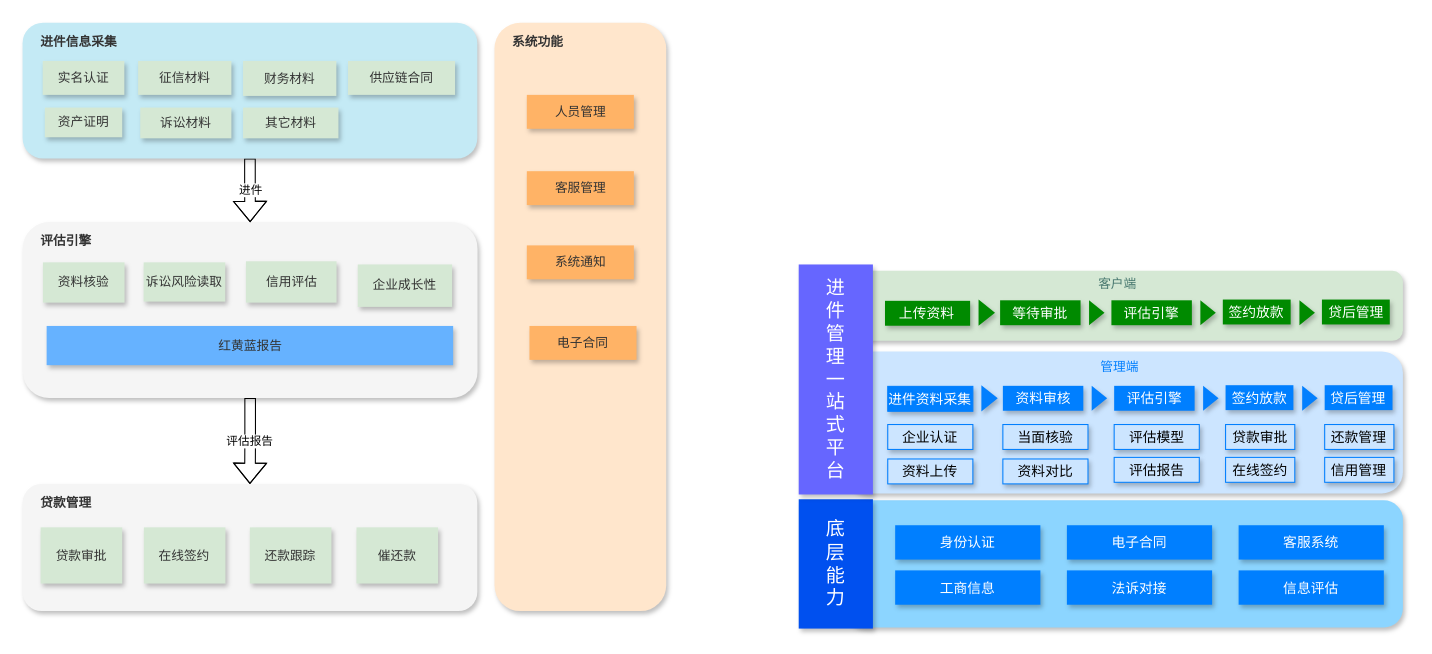
Before: 330/贷前管理系统.drawio in ruopuzi/draw.io, a draw.io diagram. Source tidied: cells renumbered, new cells numbered last; positions are measured from the earlier drawing's top-left corner, leaving out a move shared by most shapes. Both pictures are drawn from the tidied source at 106%, with x=0, y=0 at pixel (22, 22).
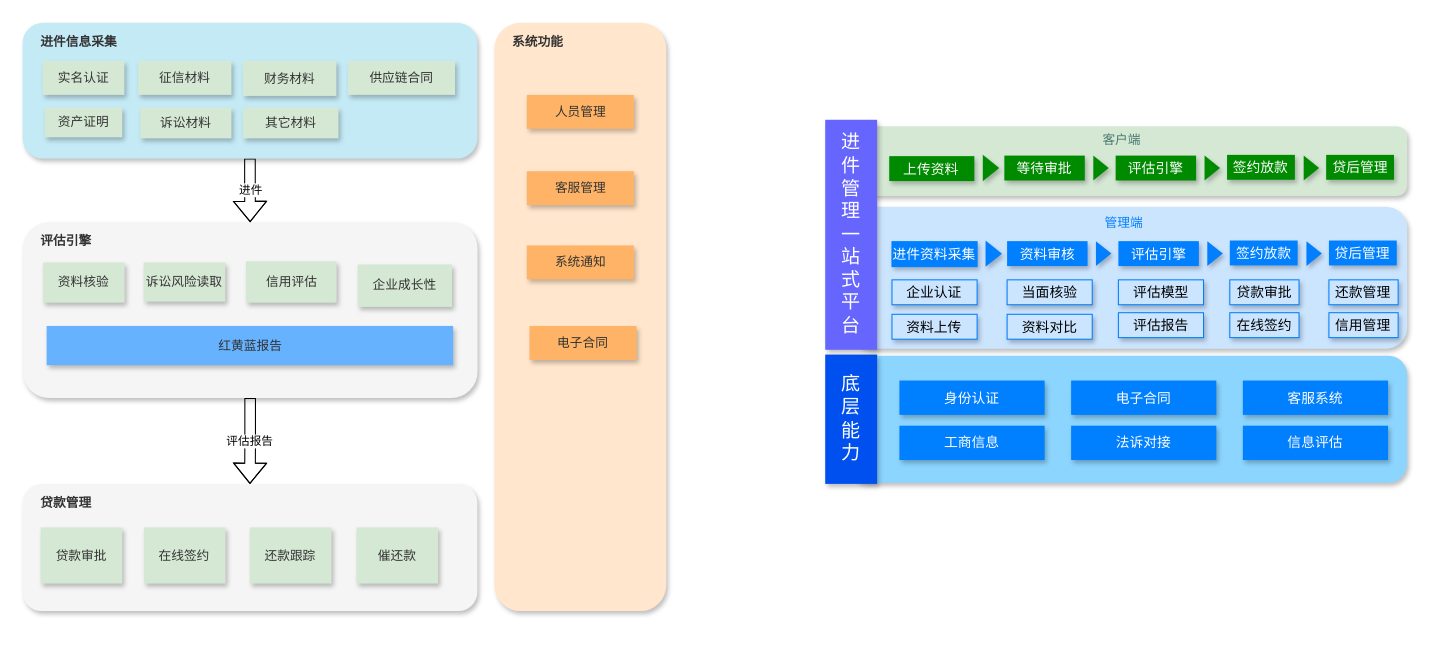
The same page after the edit.

Commit message (it also covers changes not shown here):
更新贷前管理系统.drawio

Change to the diagram source:
```diff
@@
+    <mxCell id="71" style="group;" parent="1" vertex="1">
+      <mxGeometry x="757" y="91.5" width="549" height="343.5" as="geometry" />
+    </mxCell>
-    <mxCell id="28" style="rounded=1;whiteSpace=wrap;html=1;align=left;verticalAlign=top;fillColor=#8CD5FF;fontColor=#ffffff;strokeColor=none;shadow=1;glass=0;spacingTop=4;spacingLeft=15;fontStyle=1;fontSize=12;" parent="1" vertex="1">
-      <mxGeometry x="775" y="450.5" width="527" height="120" as="geometry" />
+    <mxCell id="28" style="rounded=1;whiteSpace=wrap;html=1;align=left;verticalAlign=top;fillColor=#8CD5FF;fontColor=#ffffff;strokeColor=none;shadow=1;glass=0;spacingTop=4;spacingLeft=15;fontStyle=1;fontSize=12;" parent="71" vertex="1">
+      <mxGeometry x="22" y="222.5" width="527" height="120" as="geometry" />
     </mxCell>
-    <mxCell id="29" value="底&lt;div&gt;层&lt;/div&gt;&lt;div&gt;能&lt;/div&gt;&lt;div&gt;力&lt;/div&gt;" style="rounded=0;whiteSpace=wrap;html=1;fillColor=#0050ef;fontColor=#ffffff;strokeColor=none;shadow=1;fontSize=18;labelBackgroundColor=none;" parent="1" vertex="1">
-      <mxGeometry x="732" y="449.5" width="70" height="122" as="geometry" />
+    <mxCell id="29" value="底&lt;div&gt;层&lt;/div&gt;&lt;div&gt;能&lt;/div&gt;&lt;div&gt;力&lt;/div&gt;" style="rounded=0;whiteSpace=wrap;html=1;fillColor=#0050ef;fontColor=#ffffff;strokeColor=none;shadow=1;fontSize=18;labelBackgroundColor=none;" parent="71" vertex="1">
+      <mxGeometry y="221.5" width="49" height="122" as="geometry" />
     </mxCell>
-    <mxCell id="30" style="rounded=1;whiteSpace=wrap;html=1;align=left;verticalAlign=top;fillColor=#CCE5FF;fontColor=#ffffff;strokeColor=none;shadow=1;glass=0;spacingTop=4;spacingLeft=15;fontStyle=1;fontSize=12;" parent="1" vertex="1">
-      <mxGeometry x="776" y="310" width="526" height="134" as="geometry" />
+    <mxCell id="30" style="rounded=1;whiteSpace=wrap;html=1;align=left;verticalAlign=top;fillColor=#CCE5FF;fontColor=#ffffff;strokeColor=none;shadow=1;glass=0;spacingTop=4;spacingLeft=15;fontStyle=1;fontSize=12;" parent="71" vertex="1">
+      <mxGeometry x="23" y="82" width="526" height="134" as="geometry" />
     </mxCell>
-    <mxCell id="31" style="group;" parent="1" vertex="1">
-      <mxGeometry x="823" y="474" width="461" height="75" as="geometry" />
+    <mxCell id="31" style="group;" parent="71" vertex="1">
+      <mxGeometry x="70" y="246" width="461" height="75" as="geometry" />
     </mxCell>
@@
-    <mxCell id="38" value="资料审核" style="rounded=0;whiteSpace=wrap;html=1;fillColor=#007FFF;fontColor=#ffffff;strokeColor=none;shadow=1;fontSize=13;labelBackgroundColor=none;" parent="1" vertex="1">
-      <mxGeometry x="924.6" y="342.5" width="75.9" height="23.5" as="geometry" />
+    <mxCell id="38" value="资料审核" style="rounded=0;whiteSpace=wrap;html=1;fillColor=#007FFF;fontColor=#ffffff;strokeColor=none;shadow=1;fontSize=13;labelBackgroundColor=none;" parent="71" vertex="1">
+      <mxGeometry x="171.6" y="114.5" width="75.9" height="23.5" as="geometry" />
     </mxCell>
-    <mxCell id="39" value="评估引擎" style="rounded=0;whiteSpace=wrap;html=1;fillColor=#007FFF;fontColor=#ffffff;strokeColor=none;shadow=1;fontSize=13;labelBackgroundColor=none;" parent="1" vertex="1">
-      <mxGeometry x="1029.6" y="342.5" width="75.9" height="23.5" as="geometry" />
+    <mxCell id="39" value="评估引擎" style="rounded=0;whiteSpace=wrap;html=1;fillColor=#007FFF;fontColor=#ffffff;strokeColor=none;shadow=1;fontSize=13;labelBackgroundColor=none;" parent="71" vertex="1">
+      <mxGeometry x="276.6" y="114.5" width="75.9" height="23.5" as="geometry" />
     </mxCell>
-    <mxCell id="40" style="triangle;whiteSpace=wrap;html=1;fillColor=#027ffe;fontColor=#ffffff;strokeColor=none;shadow=1;" parent="1" vertex="1">
-      <mxGeometry x="1008.4" y="342.5" width="14.6" height="23.5" as="geometry" />
+    <mxCell id="40" style="triangle;whiteSpace=wrap;html=1;fillColor=#027ffe;fontColor=#ffffff;strokeColor=none;shadow=1;" parent="71" vertex="1">
+      <mxGeometry x="255.4" y="114.5" width="14.6" height="23.5" as="geometry" />
     </mxCell>
-    <mxCell id="41" value="签约放款" style="rounded=0;whiteSpace=wrap;html=1;fillColor=#007FFF;fontColor=#ffffff;strokeColor=none;shadow=1;fontSize=13;labelBackgroundColor=none;" parent="1" vertex="1">
-      <mxGeometry x="1134.7" y="341.9" width="64" height="23.5" as="geometry" />
+    <mxCell id="41" value="签约放款" style="rounded=0;whiteSpace=wrap;html=1;fillColor=#007FFF;fontColor=#ffffff;strokeColor=none;shadow=1;fontSize=13;labelBackgroundColor=none;" parent="71" vertex="1">
+      <mxGeometry x="381.7" y="113.9" width="64" height="23.5" as="geometry" />
     </mxCell>
-    <mxCell id="42" style="triangle;whiteSpace=wrap;html=1;fillColor=#027ffe;fontColor=#ffffff;strokeColor=none;shadow=1;" parent="1" vertex="1">
-      <mxGeometry x="1113.5" y="342.5" width="14.6" height="23.5" as="geometry" />
+    <mxCell id="42" style="triangle;whiteSpace=wrap;html=1;fillColor=#027ffe;fontColor=#ffffff;strokeColor=none;shadow=1;" parent="71" vertex="1">
+      <mxGeometry x="360.5" y="114.5" width="14.6" height="23.5" as="geometry" />
     </mxCell>
-    <mxCell id="43" value="进件资料采集" style="rounded=0;whiteSpace=wrap;html=1;fillColor=#007FFF;fontColor=#ffffff;strokeColor=#027ffe;shadow=1;fontSize=13;labelBackgroundColor=none;align=center;gradientColor=none;" parent="1" vertex="1">
-      <mxGeometry x="816" y="343" width="80.3" height="23.5" as="geometry" />
+    <mxCell id="43" value="进件资料采集" style="rounded=0;whiteSpace=wrap;html=1;fillColor=#007FFF;fontColor=#ffffff;strokeColor=#027ffe;shadow=1;fontSize=13;labelBackgroundColor=none;align=center;gradientColor=none;" parent="71" vertex="1">
+      <mxGeometry x="63" y="115" width="80.3" height="23.5" as="geometry" />
     </mxCell>
-    <mxCell id="44" style="triangle;whiteSpace=wrap;html=1;fillColor=#027ffe;fontColor=#ffffff;strokeColor=none;shadow=1;" parent="1" vertex="1">
-      <mxGeometry x="904.3" y="341.9" width="15.5" height="24.8" as="geometry" />
+    <mxCell id="44" style="triangle;whiteSpace=wrap;html=1;fillColor=#027ffe;fontColor=#ffffff;strokeColor=none;shadow=1;" parent="71" vertex="1">
+      <mxGeometry x="151.3" y="113.9" width="15.5" height="24.8" as="geometry" />
     </mxCell>
-    <mxCell id="45" value="企业认证" style="rounded=0;whiteSpace=wrap;html=1;fillColor=#CCE5FF;fontColor=#000000;strokeColor=#027ffe;shadow=1;fontSize=13;labelBackgroundColor=none;align=center;gradientColor=none;" parent="1" vertex="1">
-      <mxGeometry x="816" y="379" width="80.3" height="23.5" as="geometry" />
+    <mxCell id="45" value="企业认证" style="rounded=0;whiteSpace=wrap;html=1;fillColor=#CCE5FF;fontColor=#000000;strokeColor=#027ffe;shadow=1;fontSize=13;labelBackgroundColor=none;align=center;gradientColor=none;" parent="71" vertex="1">
+      <mxGeometry x="63" y="151" width="80.3" height="23.5" as="geometry" />
     </mxCell>
-    <mxCell id="46" value="资料上传" style="rounded=0;whiteSpace=wrap;html=1;fillColor=#CCE5FF;fontColor=#000000;strokeColor=#027ffe;shadow=1;fontSize=13;labelBackgroundColor=none;align=center;gradientColor=none;" parent="1" vertex="1">
-      <mxGeometry x="816" y="411.5" width="80.3" height="23.5" as="geometry" />
+    <mxCell id="46" value="资料上传" style="rounded=0;whiteSpace=wrap;html=1;fillColor=#CCE5FF;fontColor=#000000;strokeColor=#027ffe;shadow=1;fontSize=13;labelBackgroundColor=none;align=center;gradientColor=none;" parent="71" vertex="1">
+      <mxGeometry x="63" y="183.5" width="80.3" height="23.5" as="geometry" />
     </mxCell>
-    <mxCell id="47" value="当面核验" style="rounded=0;whiteSpace=wrap;html=1;fillColor=#CCE5FF;fontColor=#000000;strokeColor=#027ffe;shadow=1;fontSize=13;labelBackgroundColor=none;align=center;gradientColor=none;" parent="1" vertex="1">
-      <mxGeometry x="924.6" y="379" width="80.3" height="23.5" as="geometry" />
+    <mxCell id="47" value="当面核验" style="rounded=0;whiteSpace=wrap;html=1;fillColor=#CCE5FF;fontColor=#000000;strokeColor=#027ffe;shadow=1;fontSize=13;labelBackgroundColor=none;align=center;gradientColor=none;" parent="71" vertex="1">
+      <mxGeometry x="171.6" y="151" width="80.3" height="23.5" as="geometry" />
     </mxCell>
-    <mxCell id="48" value="资料对比" style="rounded=0;whiteSpace=wrap;html=1;fillColor=#CCE5FF;fontColor=#000000;strokeColor=#027ffe;shadow=1;fontSize=13;labelBackgroundColor=none;align=center;gradientColor=none;" parent="1" vertex="1">
-      <mxGeometry x="924.6" y="411.5" width="80.3" height="23.5" as="geometry" />
+    <mxCell id="48" value="资料对比" style="rounded=0;whiteSpace=wrap;html=1;fillColor=#CCE5FF;fontColor=#000000;strokeColor=#027ffe;shadow=1;fontSize=13;labelBackgroundColor=none;align=center;gradientColor=none;" parent="71" vertex="1">
+      <mxGeometry x="171.6" y="183.5" width="80.3" height="23.5" as="geometry" />
     </mxCell>
-    <mxCell id="49" value="评估模型" style="rounded=0;whiteSpace=wrap;html=1;fillColor=#CCE5FF;fontColor=#000000;strokeColor=#027ffe;shadow=1;fontSize=13;labelBackgroundColor=none;align=center;gradientColor=none;" parent="1" vertex="1">
-      <mxGeometry x="1029.6" y="379" width="80.3" height="23.5" as="geometry" />
+    <mxCell id="49" value="评估模型" style="rounded=0;whiteSpace=wrap;html=1;fillColor=#CCE5FF;fontColor=#000000;strokeColor=#027ffe;shadow=1;fontSize=13;labelBackgroundColor=none;align=center;gradientColor=none;" parent="71" vertex="1">
+      <mxGeometry x="276.6" y="151" width="80.3" height="23.5" as="geometry" />
     </mxCell>
-    <mxCell id="50" value="评估报告" style="rounded=0;whiteSpace=wrap;html=1;fillColor=#CCE5FF;fontColor=#000000;strokeColor=#027ffe;shadow=1;fontSize=13;labelBackgroundColor=none;align=center;gradientColor=none;" parent="1" vertex="1">
-      <mxGeometry x="1029.6" y="410" width="80.3" height="23.5" as="geometry" />
+    <mxCell id="50" value="评估报告" style="rounded=0;whiteSpace=wrap;html=1;fillColor=#CCE5FF;fontColor=#000000;strokeColor=#027ffe;shadow=1;fontSize=13;labelBackgroundColor=none;align=center;gradientColor=none;" parent="71" vertex="1">
+      <mxGeometry x="276.6" y="182" width="80.3" height="23.5" as="geometry" />
     </mxCell>
-    <mxCell id="51" value="贷款审批" style="rounded=0;whiteSpace=wrap;html=1;fillColor=#CCE5FF;fontColor=#000000;strokeColor=#027ffe;shadow=1;fontSize=13;labelBackgroundColor=none;align=center;gradientColor=none;" parent="1" vertex="1">
-      <mxGeometry x="1134.7" y="379" width="65.3" height="23.5" as="geometry" />
+    <mxCell id="51" value="贷款审批" style="rounded=0;whiteSpace=wrap;html=1;fillColor=#CCE5FF;fontColor=#000000;strokeColor=#027ffe;shadow=1;fontSize=13;labelBackgroundColor=none;align=center;gradientColor=none;" parent="71" vertex="1">
+      <mxGeometry x="381.7" y="151" width="65.3" height="23.5" as="geometry" />
     </mxCell>
-    <mxCell id="52" value="在线签约" style="rounded=0;whiteSpace=wrap;html=1;fillColor=#CCE5FF;fontColor=#000000;strokeColor=#027ffe;shadow=1;fontSize=13;labelBackgroundColor=none;align=center;gradientColor=none;" parent="1" vertex="1">
-      <mxGeometry x="1134.7" y="410" width="65.3" height="23.5" as="geometry" />
+    <mxCell id="52" value="在线签约" style="rounded=0;whiteSpace=wrap;html=1;fillColor=#CCE5FF;fontColor=#000000;strokeColor=#027ffe;shadow=1;fontSize=13;labelBackgroundColor=none;align=center;gradientColor=none;" parent="71" vertex="1">
+      <mxGeometry x="381.7" y="182" width="65.3" height="23.5" as="geometry" />
     </mxCell>
-    <mxCell id="53" style="triangle;whiteSpace=wrap;html=1;fillColor=#027ffe;fontColor=#ffffff;strokeColor=none;shadow=1;" parent="1" vertex="1">
-      <mxGeometry x="1207" y="342.5" width="14.6" height="23.5" as="geometry" />
+    <mxCell id="53" style="triangle;whiteSpace=wrap;html=1;fillColor=#027ffe;fontColor=#ffffff;strokeColor=none;shadow=1;" parent="71" vertex="1">
+      <mxGeometry x="454" y="114.5" width="14.6" height="23.5" as="geometry" />
     </mxCell>
-    <mxCell id="54" value="贷后管理" style="rounded=0;whiteSpace=wrap;html=1;fillColor=#007FFF;fontColor=#ffffff;strokeColor=none;shadow=1;fontSize=13;labelBackgroundColor=none;" parent="1" vertex="1">
-      <mxGeometry x="1228.2" y="341.9" width="64" height="23.5" as="geometry" />
+    <mxCell id="54" value="贷后管理" style="rounded=0;whiteSpace=wrap;html=1;fillColor=#007FFF;fontColor=#ffffff;strokeColor=none;shadow=1;fontSize=13;labelBackgroundColor=none;" parent="71" vertex="1">
+      <mxGeometry x="475.2" y="113.9" width="64" height="23.5" as="geometry" />
     </mxCell>
-    <mxCell id="55" value="还款管理" style="rounded=0;whiteSpace=wrap;html=1;fillColor=#CCE5FF;fontColor=#000000;strokeColor=#027ffe;shadow=1;fontSize=13;labelBackgroundColor=none;align=center;gradientColor=none;" parent="1" vertex="1">
-      <mxGeometry x="1228.2" y="379" width="65.3" height="23.5" as="geometry" />
+    <mxCell id="55" value="还款管理" style="rounded=0;whiteSpace=wrap;html=1;fillColor=#CCE5FF;fontColor=#000000;strokeColor=#027ffe;shadow=1;fontSize=13;labelBackgroundColor=none;align=center;gradientColor=none;" parent="71" vertex="1">
+      <mxGeometry x="475.2" y="151" width="65.3" height="23.5" as="geometry" />
     </mxCell>
-    <mxCell id="56" value="信用管理" style="rounded=0;whiteSpace=wrap;html=1;fillColor=#CCE5FF;fontColor=#000000;strokeColor=#027ffe;shadow=1;fontSize=13;labelBackgroundColor=none;align=center;gradientColor=none;" parent="1" vertex="1">
-      <mxGeometry x="1228.2" y="410" width="65.3" height="23.5" as="geometry" />
+    <mxCell id="56" value="信用管理" style="rounded=0;whiteSpace=wrap;html=1;fillColor=#CCE5FF;fontColor=#000000;strokeColor=#027ffe;shadow=1;fontSize=13;labelBackgroundColor=none;align=center;gradientColor=none;" parent="71" vertex="1">
+      <mxGeometry x="475.2" y="182" width="65.3" height="23.5" as="geometry" />
     </mxCell>
-    <mxCell id="57" style="group;" parent="1" vertex="1">
-      <mxGeometry x="776" y="232" width="526" height="68" as="geometry" />
+    <mxCell id="57" style="group;" parent="71" vertex="1">
+      <mxGeometry x="23" y="4" width="526" height="68" as="geometry" />
     </mxCell>
@@
-    <mxCell id="69" value="进&lt;div&gt;件&lt;/div&gt;&lt;div&gt;管&lt;/div&gt;&lt;div&gt;理&lt;/div&gt;&lt;div&gt;一&lt;/div&gt;&lt;div&gt;站&lt;/div&gt;&lt;div&gt;式&lt;/div&gt;&lt;div&gt;平&lt;/div&gt;&lt;div&gt;台&lt;/div&gt;" style="rounded=0;whiteSpace=wrap;html=1;fillColor=#6666FF;fontColor=#ffffff;strokeColor=none;shadow=1;fontSize=18;labelBackgroundColor=none;" parent="1" vertex="1">
-      <mxGeometry x="732" y="228" width="70" height="217" as="geometry" />
+    <mxCell id="69" value="进&lt;div&gt;件&lt;/div&gt;&lt;div&gt;管&lt;/div&gt;&lt;div&gt;理&lt;/div&gt;&lt;div&gt;一&lt;/div&gt;&lt;div&gt;站&lt;/div&gt;&lt;div&gt;式&lt;/div&gt;&lt;div&gt;平&lt;/div&gt;&lt;div&gt;台&lt;/div&gt;" style="rounded=0;whiteSpace=wrap;html=1;fillColor=#6666FF;fontColor=#ffffff;strokeColor=none;shadow=1;fontSize=18;labelBackgroundColor=none;" parent="71" vertex="1">
+      <mxGeometry width="49" height="217" as="geometry" />
     </mxCell>
-    <mxCell id="70" value="管理端" style="text;html=1;align=center;verticalAlign=middle;whiteSpace=wrap;rounded=0;fontColor=#027ffe;" parent="1" vertex="1">
-      <mxGeometry x="1004.9" y="310" width="60" height="30" as="geometry" />
+    <mxCell id="70" value="管理端" style="text;html=1;align=center;verticalAlign=middle;whiteSpace=wrap;rounded=0;fontColor=#027ffe;" parent="71" vertex="1">
+      <mxGeometry x="251.9" y="82" width="60" height="30" as="geometry" />
     </mxCell>
```
